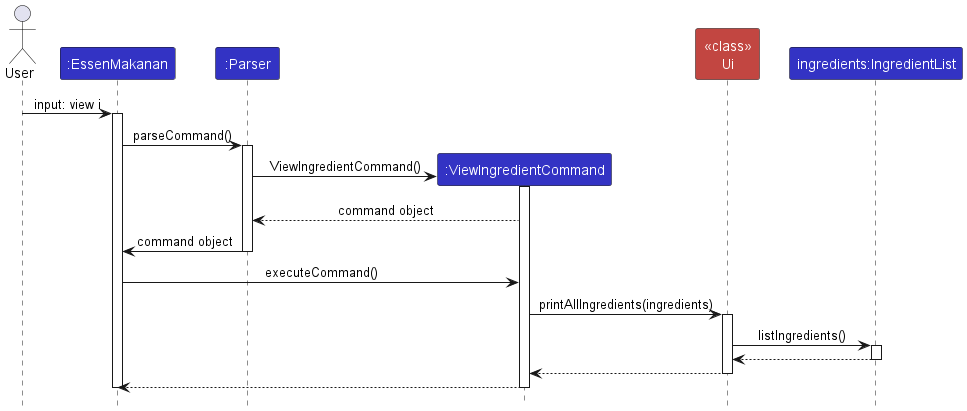
Before: docs/images/ViewAllIngredientSequenceDiagram.png, a diagram exported from PlantUML (nus-cs2113-AY2324S1/tp).
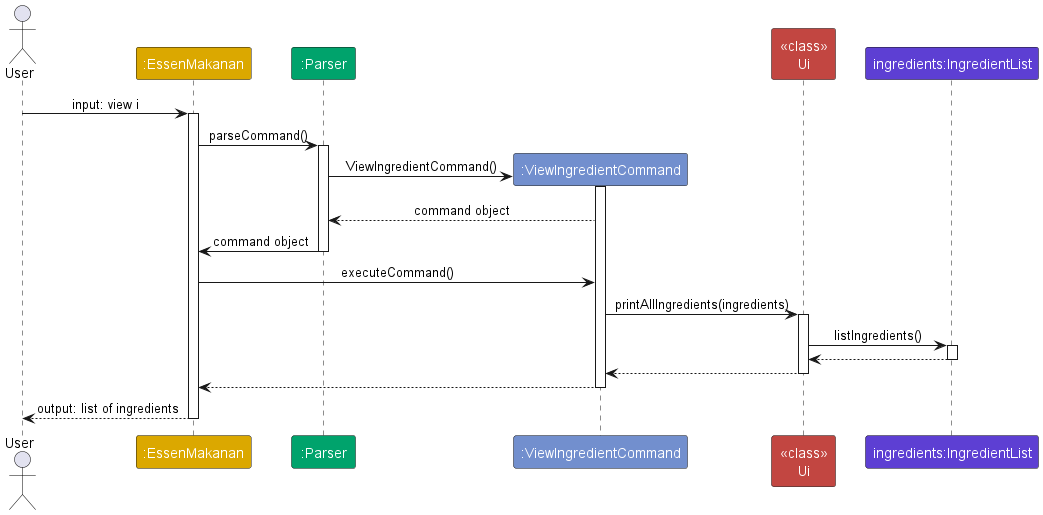
After the commit.

The edit, as a diff of the source:
```diff
@@ -3,11 +3,11 @@
 skinparam ArrowFontStyle plain
 
 actor User
-participant ":EssenMakanan" as EssenMakanan LOGIC_COLOR
-participant ":Parser" as Parser LOGIC_COLOR
-participant ":ViewIngredientCommand" as ViewIngredientCommand LOGIC_COLOR
+participant ":EssenMakanan" as EssenMakanan MAIN_COLOR
+participant ":Parser" as Parser PARSER_COLOR
+participant ":ViewIngredientCommand" as ViewIngredientCommand COMMAND_COLOR
 participant "<<class>>\nUi" as Ui INTERFACE_COLOR
-participant "ingredients:IngredientList" as Ingredients LOGIC_COLOR
+participant "ingredients:IngredientList" as Ingredients INGREDIENT_COLOR
 
 User -> EssenMakanan: input: view i
 activate EssenMakanan
@@ -35,7 +35,6 @@
 Ingredients --> Ui
 deactivate Ingredients
 
-
 Ui --> ViewIngredientCommand
 
 deactivate Ui
@@ -43,6 +42,8 @@
 ViewIngredientCommand --> EssenMakanan
 deactivate ViewIngredientCommand
 
+EssenMakanan --> User: output: list of ingredients
+
 deactivate EssenMakanan
 
 @enduml
```
